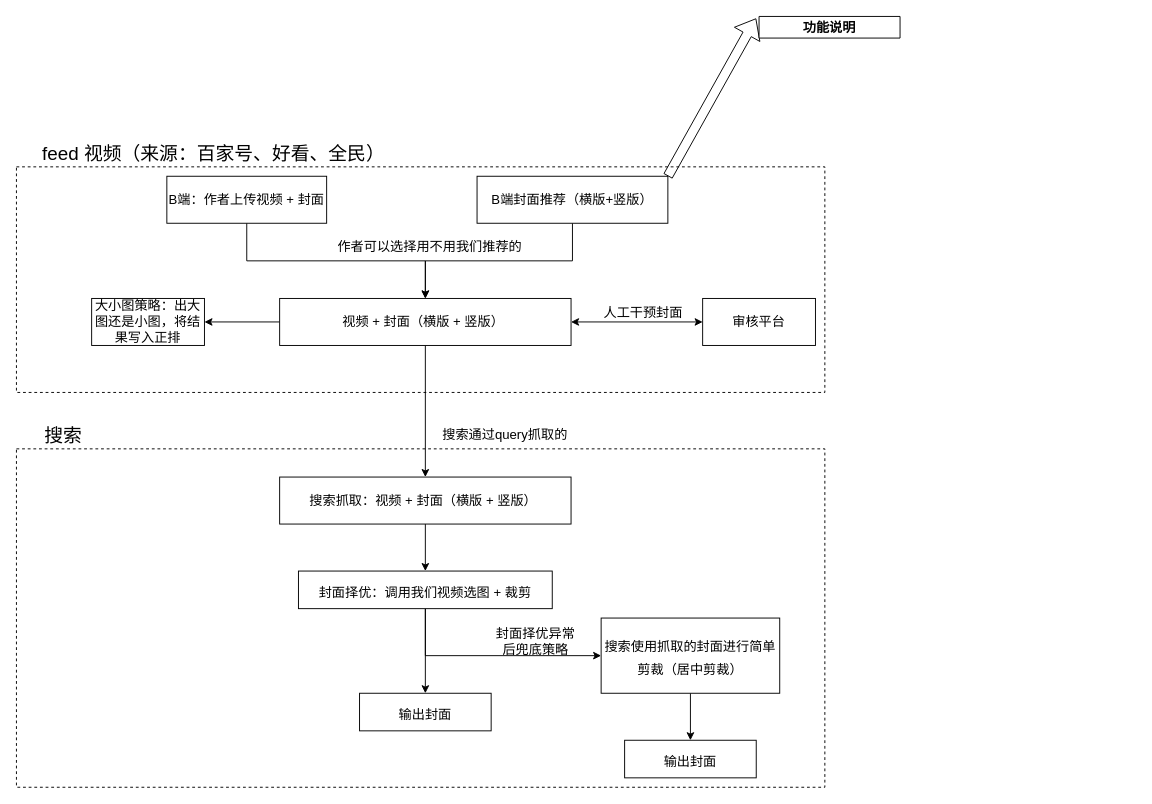
Above: 视频选图.drawio in 2018liuyan/one (draw.io), before the change. Source tidied: cells renumbered, new cells numbered last; positions are measured from the earlier drawing's top-left corner, leaving out a move shared by most shapes. Both pictures are drawn from the tidied source at 94%, with x=0, y=0 at pixel (16, 16).
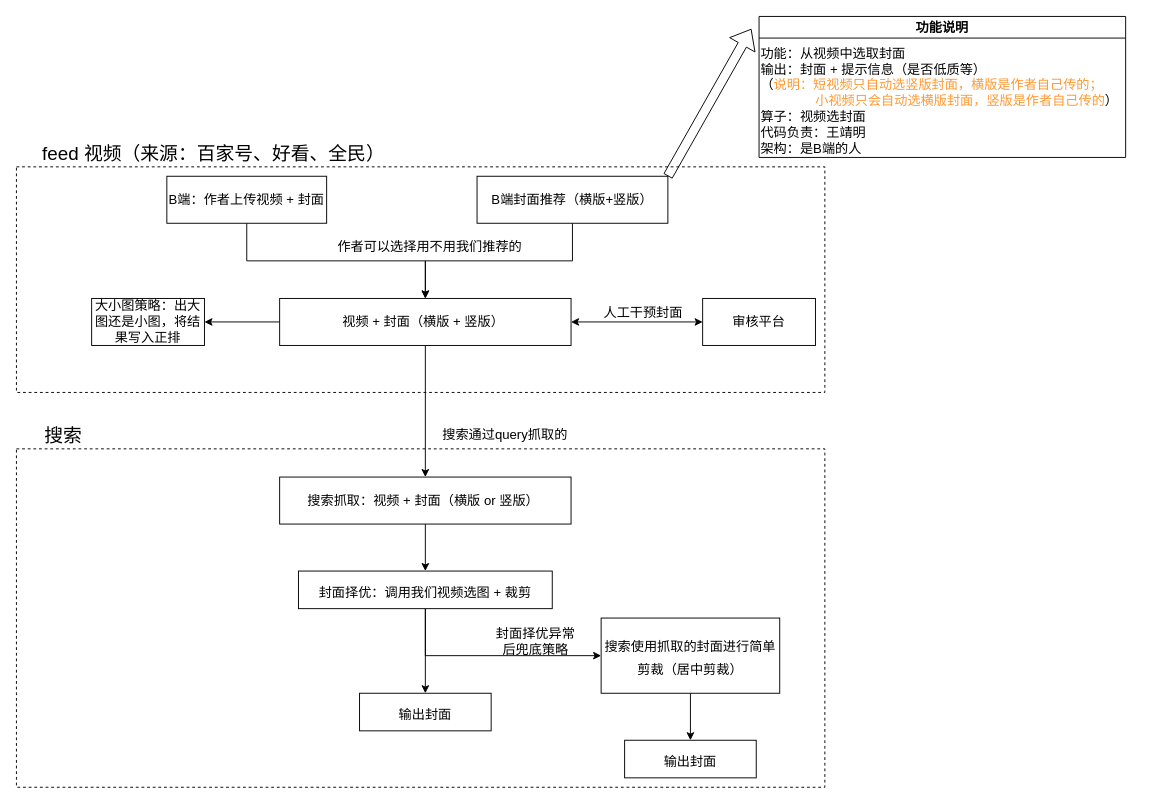
After the change.

The edit, as a diff of the source:
```diff
@@
-    <mxCell id="16" value="功能说明" style="swimlane;fontSize=14;" parent="1" vertex="1" collapsed="1">
-      <mxGeometry x="790" width="150" height="23" as="geometry" />
+    <mxCell id="16" value="功能说明" style="swimlane;fontSize=14;" parent="1" vertex="1">
+      <mxGeometry x="790" width="390" height="150" as="geometry" />
     </mxCell>
+    <mxCell id="31" value="功能：从视频中选取封面&lt;br&gt;输出：封面 + 提示信息（是否低质等）&lt;br&gt;（&lt;font color=&quot;#ff9933&quot;&gt;说明：短视频只自动选竖版封面，横版是作者自己传的；&lt;br&gt;&amp;nbsp; &amp;nbsp; &amp;nbsp; &amp;nbsp; &amp;nbsp; &amp;nbsp; &amp;nbsp; &amp;nbsp;小视频只会自动选横版封面，竖版是作者自己传的&lt;/font&gt;）&lt;br&gt;算子：视频选封面&amp;nbsp;&lt;br&gt;代码负责：王靖明&lt;br&gt;架构：是B端的人" style="text;html=1;align=left;verticalAlign=middle;strokeColor=none;fillColor=none;fontSize=14;" parent="16" vertex="1">
+      <mxGeometry y="30" width="400" height="120" as="geometry" />
+    </mxCell>
@@
-    <mxCell id="20" value="&lt;font style=&quot;font-size: 14px&quot;&gt;搜索抓取：视频 + 封面（横版 + 竖版）&amp;nbsp;&lt;/font&gt;" style="rounded=0;whiteSpace=wrap;html=1;" parent="1" vertex="1">
+    <mxCell id="20" value="&lt;font style=&quot;font-size: 14px&quot;&gt;搜索抓取：视频 + 封面（横版 or 竖版）&amp;nbsp;&lt;/font&gt;" style="rounded=0;whiteSpace=wrap;html=1;" parent="1" vertex="1">
       <mxGeometry x="280" y="490" width="310" height="50" as="geometry" />
     </mxCell>
```
